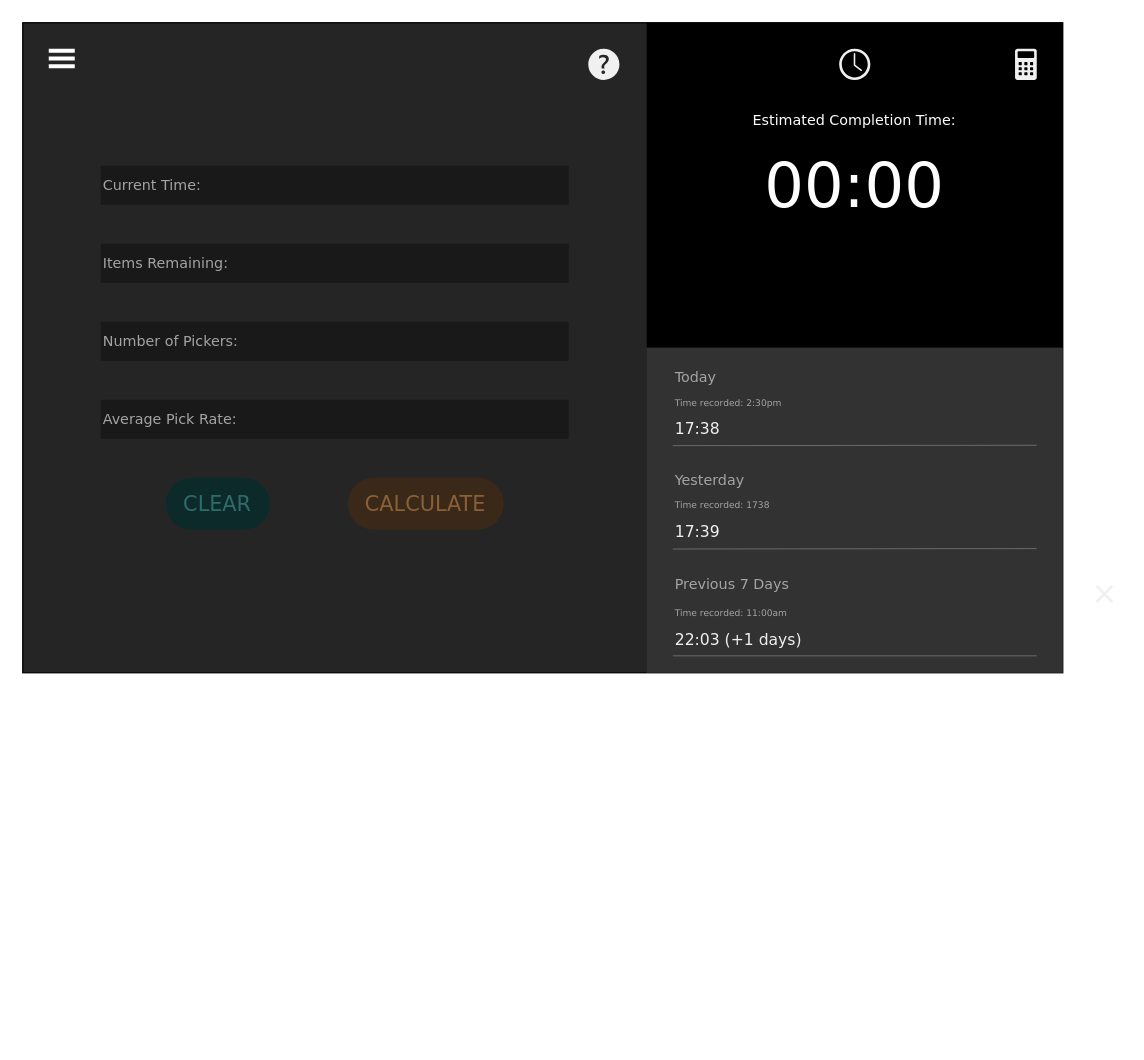
The draw.io diagram page "MacBook" (3 of 3) of designs.drawio in mi-ned/pick-finish-predictor, before the edit. Source tidied: cells renumbered, new cells numbered last; positions are measured from the earlier drawing's top-left corner, leaving out a move shared by most shapes. Both pictures are drawn from the tidied source at 130%, with x=0, y=0 at pixel (22, 22).
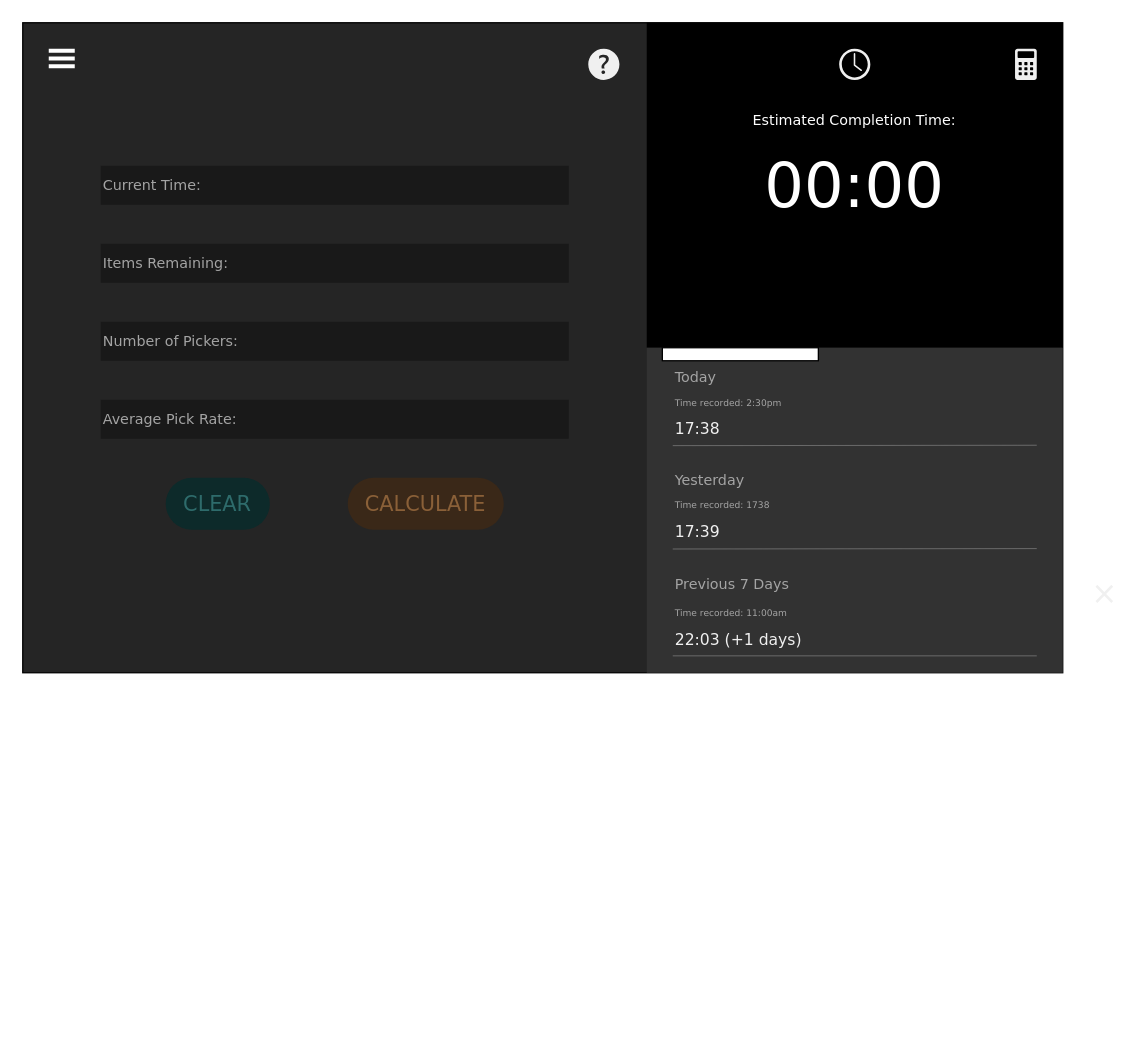
After the change.

The edit, as a diff of the source:
```diff
@@
+    <mxCell id="34" style="rounded=0;whiteSpace=wrap;html=1;" parent="1" vertex="1">
+      <mxGeometry x="492" y="250" width="120" height="10" as="geometry" />
+    </mxCell>
```
